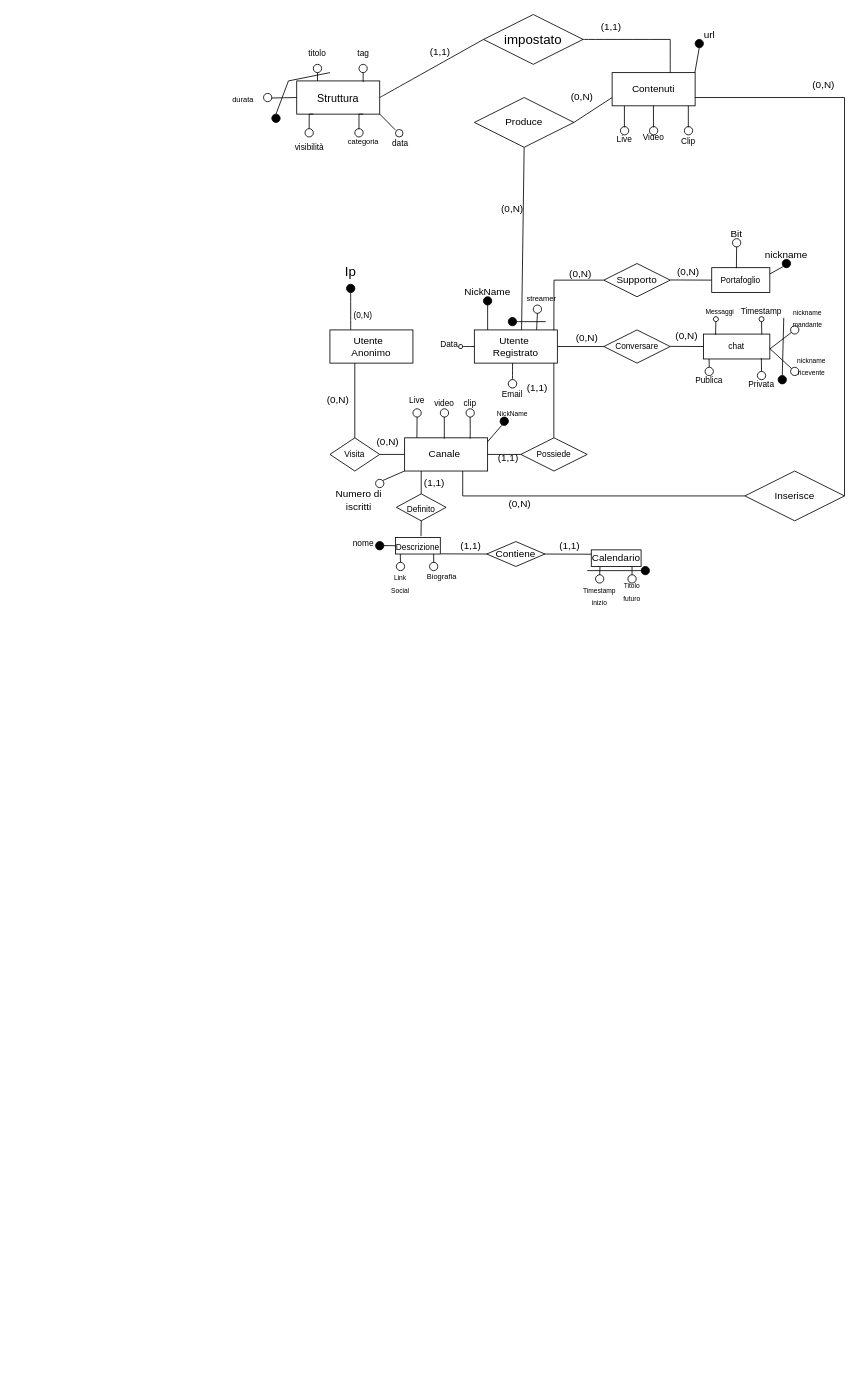
Before: e_r_ridotto.drawio in Popper002/Streaming-Service-Db-project-unito, a draw.io diagram. Source tidied: cells renumbered, new cells numbered last; positions are measured from the earlier drawing's top-left corner, leaving out a move shared by most shapes. Both pictures are drawn from the tidied source at 83%, with x=0, y=0 at pixel (14, 14).
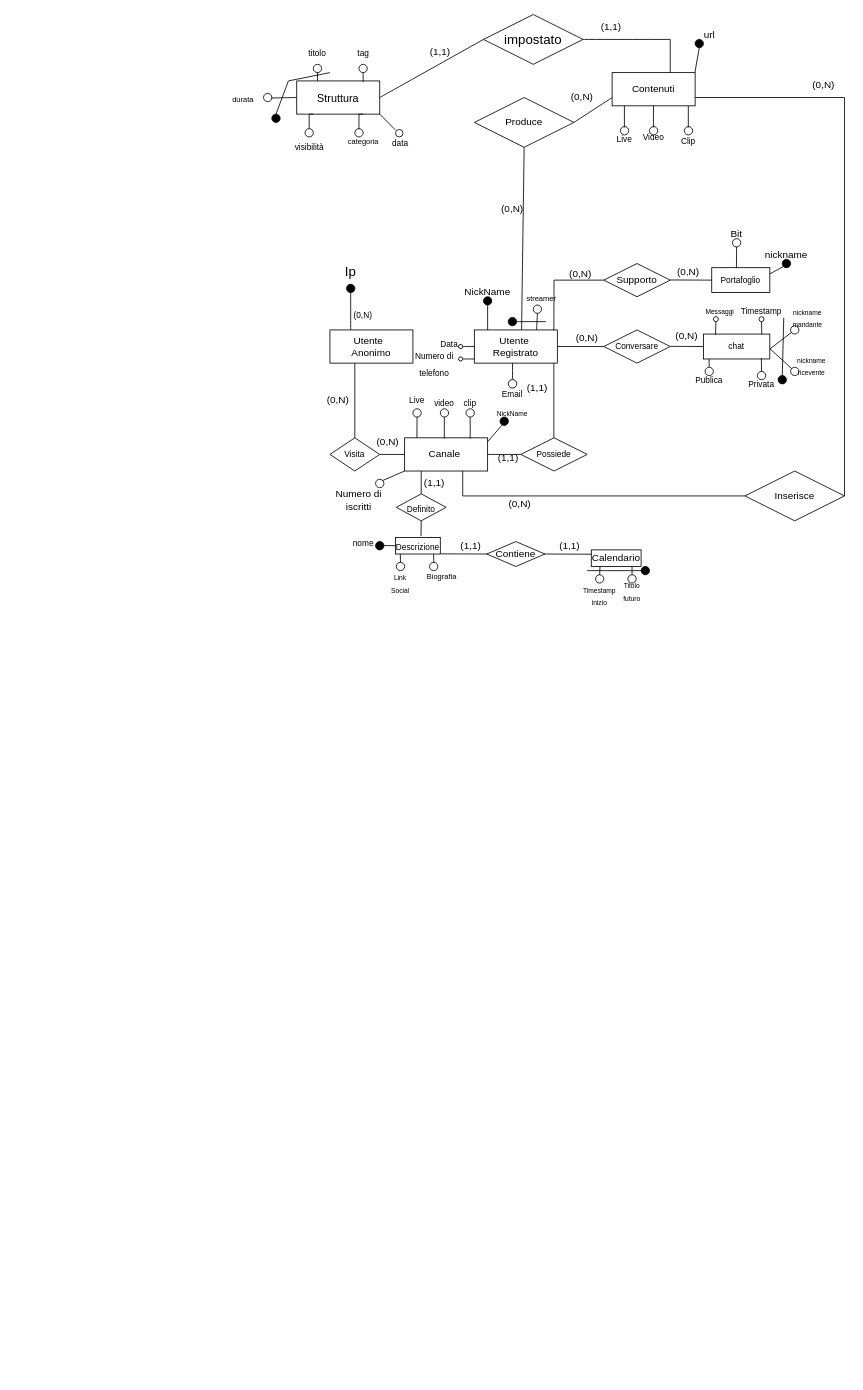
The same diagram, later.

Change to the diagram source:
```diff
@@
+    <mxCell id="176" style="endArrow=none;html=1;rounded=0;fontSize=12;startSize=8;endSize=8;curved=1;entryX=0;entryY=0.5;entryDx=0;entryDy=0;" parent="1" edge="1" source="178">
+      <mxGeometry relative="1" as="geometry">
+        <mxPoint x="554" y="415" as="targetPoint" />
+      </mxGeometry>
+    </mxCell>
+    <mxCell id="177" style="endArrow=none;html=1;rounded=0;fontSize=12;startSize=8;endSize=8;curved=1;entryX=0;entryY=0.5;entryDx=0;entryDy=0;" parent="1" edge="1" target="178">
+      <mxGeometry relative="1" as="geometry">
+        <mxPoint x="540" y="415" as="sourcePoint" />
+      </mxGeometry>
+    </mxCell>
+    <mxCell id="178" style="ellipse;whiteSpace=wrap;html=1;fontSize=16;rotation=-165;" parent="1" vertex="1">
+      <mxGeometry x="535" y="412.5" width="5" height="5" as="geometry" />
+    </mxCell>
+    <mxCell id="179" value="&lt;span style=&quot;font-size: 10px;&quot;&gt;Numero di telefono&lt;/span&gt;" style="text;html=1;strokeColor=none;fillColor=none;align=center;verticalAlign=middle;whiteSpace=wrap;rounded=0;fontSize=16;" parent="1" vertex="1">
+      <mxGeometry x="476" y="405" width="60" height="30" as="geometry" />
+    </mxCell>
```
